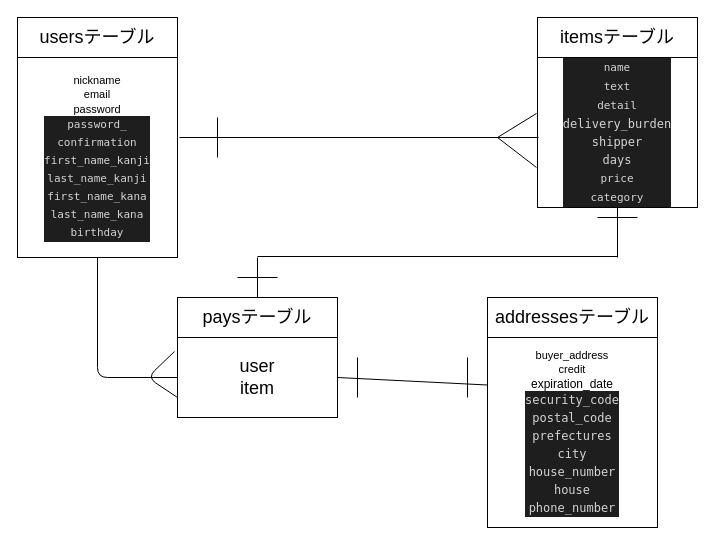
This is test.dio from maduya/furima-28123, a draw.io file, before an edit. Source tidied: cells renumbered, new cells numbered last; positions are measured from the earlier drawing's top-left corner, leaving out a move shared by most shapes. Both pictures are drawn from the tidied source at 100%, with x=0, y=0 at pixel (17, 17).
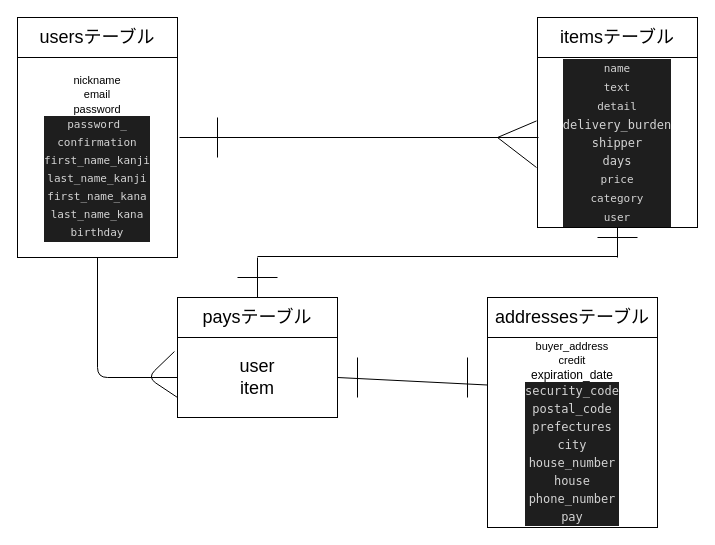
The same page after the edit.

Commit message (it also covers changes not shown here):
テーブルの作成ー修正4度目

Diff of the diagram source:
```diff
@@
-    <mxCell id="5" value="&lt;div style=&quot;color: rgb(212 , 212 , 212) ; background-color: rgb(30 , 30 , 30) ; font-family: &amp;#34;menlo&amp;#34; , &amp;#34;monaco&amp;#34; , &amp;#34;courier new&amp;#34; , monospace ; line-height: 18px&quot;&gt;&lt;font style=&quot;font-size: 11px&quot;&gt;name&lt;/font&gt;&lt;/div&gt;&lt;div style=&quot;color: rgb(212 , 212 , 212) ; background-color: rgb(30 , 30 , 30) ; font-family: &amp;#34;menlo&amp;#34; , &amp;#34;monaco&amp;#34; , &amp;#34;courier new&amp;#34; , monospace ; line-height: 18px&quot;&gt;&lt;span style=&quot;font-size: 11px&quot;&gt;text&lt;/span&gt;&lt;/div&gt;&lt;div style=&quot;color: rgb(212 , 212 , 212) ; background-color: rgb(30 , 30 , 30) ; font-family: &amp;#34;menlo&amp;#34; , &amp;#34;monaco&amp;#34; , &amp;#34;courier new&amp;#34; , monospace ; line-height: 18px&quot;&gt;&lt;span style=&quot;font-size: 11px&quot;&gt;detail&lt;/span&gt;&lt;br&gt;&lt;/div&gt;&lt;div style=&quot;color: rgb(212 , 212 , 212) ; background-color: rgb(30 , 30 , 30) ; font-family: &amp;#34;menlo&amp;#34; , &amp;#34;monaco&amp;#34; , &amp;#34;courier new&amp;#34; , monospace ; line-height: 18px&quot;&gt;&lt;div style=&quot;font-family: &amp;#34;menlo&amp;#34; , &amp;#34;monaco&amp;#34; , &amp;#34;courier new&amp;#34; , monospace ; line-height: 18px&quot;&gt;delivery_burden&lt;/div&gt;&lt;/div&gt;&lt;div style=&quot;color: rgb(212 , 212 , 212) ; background-color: rgb(30 , 30 , 30) ; font-family: &amp;#34;menlo&amp;#34; , &amp;#34;monaco&amp;#34; , &amp;#34;courier new&amp;#34; , monospace ; line-height: 18px&quot;&gt;&lt;div style=&quot;line-height: 18px&quot;&gt;&lt;span style=&quot;font-family: &amp;#34;menlo&amp;#34; , &amp;#34;monaco&amp;#34; , &amp;#34;courier new&amp;#34; , monospace&quot;&gt;shipper&lt;/span&gt;&lt;/div&gt;&lt;div style=&quot;line-height: 18px&quot;&gt;&lt;div style=&quot;font-family: &amp;#34;menlo&amp;#34; , &amp;#34;monaco&amp;#34; , &amp;#34;courier new&amp;#34; , monospace ; line-height: 18px&quot;&gt;days&lt;/div&gt;&lt;/div&gt;&lt;div style=&quot;line-height: 18px&quot;&gt;&lt;div style=&quot;line-height: 18px&quot;&gt;&lt;font style=&quot;font-size: 11px&quot;&gt;price&lt;/font&gt;&lt;/div&gt;&lt;div style=&quot;line-height: 18px&quot;&gt;&lt;font style=&quot;font-size: 11px&quot;&gt;category&lt;/font&gt;&lt;/div&gt;&lt;/div&gt;&lt;/div&gt;" style="rounded=0;whiteSpace=wrap;html=1;" parent="1" vertex="1">
-      <mxGeometry x="520" y="40" width="160" height="150" as="geometry" />
+    <mxCell id="5" value="&lt;div style=&quot;color: rgb(212 , 212 , 212) ; background-color: rgb(30 , 30 , 30) ; font-family: &amp;#34;menlo&amp;#34; , &amp;#34;monaco&amp;#34; , &amp;#34;courier new&amp;#34; , monospace ; line-height: 18px&quot;&gt;&lt;font style=&quot;font-size: 11px&quot;&gt;name&lt;/font&gt;&lt;/div&gt;&lt;div style=&quot;color: rgb(212 , 212 , 212) ; background-color: rgb(30 , 30 , 30) ; font-family: &amp;#34;menlo&amp;#34; , &amp;#34;monaco&amp;#34; , &amp;#34;courier new&amp;#34; , monospace ; line-height: 18px&quot;&gt;&lt;span style=&quot;font-size: 11px&quot;&gt;text&lt;/span&gt;&lt;/div&gt;&lt;div style=&quot;color: rgb(212 , 212 , 212) ; background-color: rgb(30 , 30 , 30) ; font-family: &amp;#34;menlo&amp;#34; , &amp;#34;monaco&amp;#34; , &amp;#34;courier new&amp;#34; , monospace ; line-height: 18px&quot;&gt;&lt;span style=&quot;font-size: 11px&quot;&gt;detail&lt;/span&gt;&lt;br&gt;&lt;/div&gt;&lt;div style=&quot;color: rgb(212 , 212 , 212) ; background-color: rgb(30 , 30 , 30) ; font-family: &amp;#34;menlo&amp;#34; , &amp;#34;monaco&amp;#34; , &amp;#34;courier new&amp;#34; , monospace ; line-height: 18px&quot;&gt;&lt;div style=&quot;font-family: &amp;#34;menlo&amp;#34; , &amp;#34;monaco&amp;#34; , &amp;#34;courier new&amp;#34; , monospace ; line-height: 18px&quot;&gt;delivery_burden&lt;/div&gt;&lt;/div&gt;&lt;div style=&quot;color: rgb(212 , 212 , 212) ; background-color: rgb(30 , 30 , 30) ; font-family: &amp;#34;menlo&amp;#34; , &amp;#34;monaco&amp;#34; , &amp;#34;courier new&amp;#34; , monospace ; line-height: 18px&quot;&gt;&lt;div style=&quot;line-height: 18px&quot;&gt;&lt;span style=&quot;font-family: &amp;#34;menlo&amp;#34; , &amp;#34;monaco&amp;#34; , &amp;#34;courier new&amp;#34; , monospace&quot;&gt;shipper&lt;/span&gt;&lt;/div&gt;&lt;div style=&quot;line-height: 18px&quot;&gt;&lt;div style=&quot;font-family: &amp;#34;menlo&amp;#34; , &amp;#34;monaco&amp;#34; , &amp;#34;courier new&amp;#34; , monospace ; line-height: 18px&quot;&gt;days&lt;/div&gt;&lt;/div&gt;&lt;div style=&quot;line-height: 18px&quot;&gt;&lt;div style=&quot;line-height: 18px&quot;&gt;&lt;font style=&quot;font-size: 11px&quot;&gt;price&lt;/font&gt;&lt;/div&gt;&lt;div style=&quot;line-height: 18px&quot;&gt;&lt;font style=&quot;font-size: 11px&quot;&gt;category&lt;/font&gt;&lt;/div&gt;&lt;div style=&quot;line-height: 18px&quot;&gt;&lt;font style=&quot;font-size: 11px&quot;&gt;user&lt;/font&gt;&lt;/div&gt;&lt;/div&gt;&lt;/div&gt;" style="rounded=0;whiteSpace=wrap;html=1;" parent="1" vertex="1">
+      <mxGeometry x="520" y="40" width="160" height="170" as="geometry" />
     </mxCell>
@@
-    <mxCell id="9" value="&lt;font&gt;&lt;font style=&quot;font-size: 11px&quot;&gt;buyer_address&lt;br&gt;credit&lt;br&gt;&lt;/font&gt;expiration_date&lt;br&gt;&lt;div style=&quot;color: rgb(212 , 212 , 212) ; background-color: rgb(30 , 30 , 30) ; font-family: &amp;#34;menlo&amp;#34; , &amp;#34;monaco&amp;#34; , &amp;#34;courier new&amp;#34; , monospace ; line-height: 18px&quot;&gt;security_code&lt;/div&gt;&lt;div style=&quot;color: rgb(212 , 212 , 212) ; background-color: rgb(30 , 30 , 30) ; font-family: &amp;#34;menlo&amp;#34; , &amp;#34;monaco&amp;#34; , &amp;#34;courier new&amp;#34; , monospace ; line-height: 18px&quot;&gt;&lt;div style=&quot;font-family: &amp;#34;menlo&amp;#34; , &amp;#34;monaco&amp;#34; , &amp;#34;courier new&amp;#34; , monospace ; line-height: 18px&quot;&gt;postal_code&lt;/div&gt;&lt;div style=&quot;font-family: &amp;#34;menlo&amp;#34; , &amp;#34;monaco&amp;#34; , &amp;#34;courier new&amp;#34; , monospace ; line-height: 18px&quot;&gt;&lt;div style=&quot;font-family: &amp;#34;menlo&amp;#34; , &amp;#34;monaco&amp;#34; , &amp;#34;courier new&amp;#34; , monospace ; line-height: 18px&quot;&gt;prefectures&lt;/div&gt;&lt;div style=&quot;font-family: &amp;#34;menlo&amp;#34; , &amp;#34;monaco&amp;#34; , &amp;#34;courier new&amp;#34; , monospace ; line-height: 18px&quot;&gt;city&lt;/div&gt;&lt;div style=&quot;font-family: &amp;#34;menlo&amp;#34; , &amp;#34;monaco&amp;#34; , &amp;#34;courier new&amp;#34; , monospace ; line-height: 18px&quot;&gt;&lt;div style=&quot;font-family: &amp;#34;menlo&amp;#34; , &amp;#34;monaco&amp;#34; , &amp;#34;courier new&amp;#34; , monospace ; line-height: 18px&quot;&gt;house_number&lt;/div&gt;&lt;div style=&quot;font-family: &amp;#34;menlo&amp;#34; , &amp;#34;monaco&amp;#34; , &amp;#34;courier new&amp;#34; , monospace ; line-height: 18px&quot;&gt;house&lt;/div&gt;&lt;div style=&quot;font-family: &amp;#34;menlo&amp;#34; , &amp;#34;monaco&amp;#34; , &amp;#34;courier new&amp;#34; , monospace ; line-height: 18px&quot;&gt;&lt;div style=&quot;line-height: 18px&quot;&gt;phone_number&lt;/div&gt;&lt;/div&gt;&lt;/div&gt;&lt;/div&gt;&lt;/div&gt;&lt;/font&gt;" style="rounded=0;whiteSpace=wrap;html=1;" parent="1" vertex="1">
+    <mxCell id="9" value="&lt;font&gt;&lt;font style=&quot;font-size: 11px&quot;&gt;buyer_address&lt;br&gt;credit&lt;br&gt;&lt;/font&gt;expiration_date&lt;br&gt;&lt;div style=&quot;color: rgb(212 , 212 , 212) ; background-color: rgb(30 , 30 , 30) ; font-family: &amp;#34;menlo&amp;#34; , &amp;#34;monaco&amp;#34; , &amp;#34;courier new&amp;#34; , monospace ; line-height: 18px&quot;&gt;security_code&lt;/div&gt;&lt;div style=&quot;color: rgb(212 , 212 , 212) ; background-color: rgb(30 , 30 , 30) ; font-family: &amp;#34;menlo&amp;#34; , &amp;#34;monaco&amp;#34; , &amp;#34;courier new&amp;#34; , monospace ; line-height: 18px&quot;&gt;&lt;div style=&quot;font-family: &amp;#34;menlo&amp;#34; , &amp;#34;monaco&amp;#34; , &amp;#34;courier new&amp;#34; , monospace ; line-height: 18px&quot;&gt;postal_code&lt;/div&gt;&lt;div style=&quot;font-family: &amp;#34;menlo&amp;#34; , &amp;#34;monaco&amp;#34; , &amp;#34;courier new&amp;#34; , monospace ; line-height: 18px&quot;&gt;&lt;div style=&quot;font-family: &amp;#34;menlo&amp;#34; , &amp;#34;monaco&amp;#34; , &amp;#34;courier new&amp;#34; , monospace ; line-height: 18px&quot;&gt;prefectures&lt;/div&gt;&lt;div style=&quot;font-family: &amp;#34;menlo&amp;#34; , &amp;#34;monaco&amp;#34; , &amp;#34;courier new&amp;#34; , monospace ; line-height: 18px&quot;&gt;city&lt;/div&gt;&lt;div style=&quot;font-family: &amp;#34;menlo&amp;#34; , &amp;#34;monaco&amp;#34; , &amp;#34;courier new&amp;#34; , monospace ; line-height: 18px&quot;&gt;&lt;div style=&quot;font-family: &amp;#34;menlo&amp;#34; , &amp;#34;monaco&amp;#34; , &amp;#34;courier new&amp;#34; , monospace ; line-height: 18px&quot;&gt;house_number&lt;/div&gt;&lt;div style=&quot;font-family: &amp;#34;menlo&amp;#34; , &amp;#34;monaco&amp;#34; , &amp;#34;courier new&amp;#34; , monospace ; line-height: 18px&quot;&gt;house&lt;/div&gt;&lt;div style=&quot;font-family: &amp;#34;menlo&amp;#34; , &amp;#34;monaco&amp;#34; , &amp;#34;courier new&amp;#34; , monospace ; line-height: 18px&quot;&gt;&lt;div style=&quot;line-height: 18px&quot;&gt;phone_number&lt;/div&gt;&lt;div style=&quot;line-height: 18px&quot;&gt;pay&lt;/div&gt;&lt;/div&gt;&lt;/div&gt;&lt;/div&gt;&lt;/div&gt;&lt;/font&gt;" style="rounded=0;whiteSpace=wrap;html=1;" parent="1" vertex="1">
       <mxGeometry x="470" y="320" width="170" height="190" as="geometry" />
     </mxCell>
@@
     <mxCell id="17" style="endArrow=none;html=1;" parent="1" edge="1">
       <mxGeometry relative="1" as="geometry">
-        <mxPoint x="580" y="200" as="sourcePoint" />
-        <mxPoint x="620" y="200" as="targetPoint" />
+        <mxPoint x="580" y="220" as="sourcePoint" />
+        <mxPoint x="620" y="220" as="targetPoint" />
       </mxGeometry>
     </mxCell>
```
